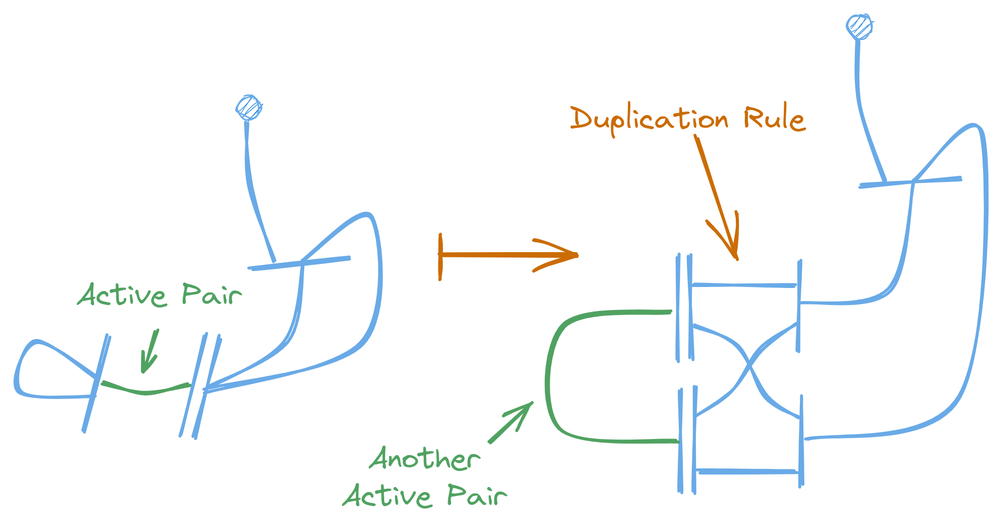
Earlier version of the Excalidraw export content/interaction-nets-combinators-calculus/reduction-example2.excalidraw.png (zicklag/blog). Source tidied: one line per element, renumbered; positions are measured from the earlier drawing's top-left corner, leaving out a move shared by most shapes. Source of this version:
```json
{"id": 0, "type": "line", "strokeColor": "#2b8a3e", "angle": 5.71, "strokeWidth": 2, "roughness": 1, "round": true, "x": 52, "y": 229, "width": 49, "height": 33, "points": [[0, 0], [19, 22], [49, 33]]}
{"id": 1, "type": "line", "strokeColor": "#1864ab", "angle": 4.97, "strokeWidth": 2, "roughness": 1, "round": true, "x": 71, "y": 246, "width": 69, "height": 0, "points": [[0, 0], [69, 0]]}
{"id": 2, "type": "line", "strokeColor": "#1864ab", "angle": 4.97, "strokeWidth": 2, "roughness": 1, "round": true, "x": 81, "y": 248, "width": 69, "height": 0, "points": [[0, 0], [69, 0]]}
{"id": 3, "type": "line", "strokeColor": "#1864ab", "angle": 5.7, "strokeWidth": 2, "roughness": 1, "round": true, "x": 149, "y": 150, "width": 58, "height": 31, "points": [[0, 0], [58, 31]]}
{"id": 4, "type": "line", "strokeColor": "#1864ab", "angle": 5.71, "backgroundColor": "#228be6", "fillStyle": "cross-hatch", "strokeWidth": 2, "roughness": 1, "round": true, "x": 100, "y": 224, "width": 98, "height": 38, "points": [[0, 0], [60, 2], [98, -35]]}
{"id": 5, "type": "line", "strokeColor": "#1864ab", "angle": 5.71, "backgroundColor": "#228be6", "fillStyle": "cross-hatch", "strokeWidth": 2, "roughness": 1, "round": true, "x": 98, "y": 209, "width": 158, "height": 68, "points": [[0, 0], [106, 31], [158, -37], [103, -36]]}
{"id": 6, "type": "ellipse", "strokeColor": "#1864ab", "backgroundColor": "#228be6", "fillStyle": "hachure", "strokeWidth": 1, "roughness": 1, "round": true, "x": 136, "y": 54, "width": 15, "height": 15}
{"id": 7, "type": "line", "strokeColor": "#1864ab", "backgroundColor": "#228be6", "fillStyle": "cross-hatch", "strokeWidth": 2, "roughness": 1, "round": true, "x": 143, "y": 71, "width": 18, "height": 93, "points": [[0, 0], [1, 42], [18, 93]]}
{"id": 8, "type": "line", "strokeColor": "#1864ab", "angle": 8.11, "strokeWidth": 2, "roughness": 1, "round": true, "x": 9, "y": 245, "width": 66, "height": 0, "points": [[0, 0], [66, 0]]}
{"id": 9, "type": "line", "strokeColor": "#1864ab", "angle": 8.11, "strokeWidth": 2, "roughness": 1, "round": true, "x": 12, "y": 215, "width": 34, "height": 49, "points": [[0, 0], [-12, 45], [22, 47], [12, -2]]}
{"id": 10, "type": "text", "text": "Active Pair", "strokeColor": "#2b8a3e", "strokeWidth": 2, "roughness": 1, "fontSize": 20, "fontFamily": 1, "textAlign": "center", "x": 29, "y": 173, "width": 110, "height": 25}
{"id": 11, "type": "arrow", "strokeColor": "#2b8a3e", "strokeWidth": 2, "roughness": 1, "endArrowhead": "arrow", "round": true, "from": 10, "x": 81, "y": 211, "width": 7, "height": 25, "points": [[0, 0], [-7, 25]]}
{"id": 12, "type": "arrow", "strokeColor": "#e67700", "strokeWidth": 2, "roughness": 1, "startArrowhead": "bar", "endArrowhead": "arrow", "round": true, "x": 270, "y": 161, "width": 91, "height": 0, "points": [[0, 0], [91, 0]]}
{"id": 13, "type": "line", "strokeColor": "#1864ab", "angle": 4.7, "strokeWidth": 2, "roughness": 1, "round": true, "x": 395, "y": 195, "width": 69, "height": 0, "points": [[0, 0], [69, 0]]}
{"id": 14, "type": "line", "strokeColor": "#1864ab", "angle": 4.7, "strokeWidth": 2, "roughness": 1, "round": true, "x": 404, "y": 195, "width": 69, "height": 0, "points": [[0, 0], [69, 0]]}
{"id": 15, "type": "line", "strokeColor": "#1864ab", "angle": 4.7, "strokeWidth": 2, "roughness": 1, "round": true, "x": 397, "y": 284, "width": 69, "height": 0, "points": [[0, 0], [69, 0]]}
{"id": 16, "type": "line", "strokeColor": "#1864ab", "angle": 4.7, "strokeWidth": 2, "roughness": 1, "round": true, "x": 406, "y": 284, "width": 69, "height": 0, "points": [[0, 0], [69, 0]]}
{"id": 17, "type": "line", "strokeColor": "#1864ab", "angle": 5.7, "strokeWidth": 2, "roughness": 1, "round": true, "x": 556, "y": 96, "width": 58, "height": 31, "points": [[0, 0], [58, 31]]}
{"id": 18, "type": "line", "strokeColor": "#1864ab", "angle": 5.71, "backgroundColor": "#228be6", "fillStyle": "cross-hatch", "strokeWidth": 2, "roughness": 1, "round": true, "x": 503, "y": 163, "width": 107, "height": 53, "points": [[0, 0], [54, 26], [107, -27]]}
{"id": 19, "type": "line", "strokeColor": "#1864ab", "angle": 5.71, "backgroundColor": "#228be6", "fillStyle": "cross-hatch", "strokeWidth": 2, "roughness": 1, "round": true, "x": 477, "y": 233, "width": 209, "height": 138, "points": [[0, 0], [101, 30], [209, -107], [154, -106]]}
{"id": 20, "type": "ellipse", "strokeColor": "#1864ab", "backgroundColor": "#228be6", "fillStyle": "hachure", "strokeWidth": 1, "roughness": 1, "round": true, "x": 543, "y": 0, "width": 15, "height": 15}
{"id": 21, "type": "line", "strokeColor": "#1864ab", "backgroundColor": "#228be6", "fillStyle": "cross-hatch", "strokeWidth": 2, "roughness": 1, "round": true, "x": 550, "y": 17, "width": 18, "height": 93, "points": [[0, 0], [1, 42], [18, 93]]}
{"id": 22, "type": "line", "strokeColor": "#1864ab", "angle": 8.11, "strokeWidth": 2, "roughness": 1, "round": true, "x": 482, "y": 201, "width": 57, "height": 15, "points": [[0, 0], [57, -15]]}
{"id": 23, "type": "line", "strokeColor": "#1864ab", "angle": 8.11, "strokeWidth": 2, "roughness": 1, "round": true, "x": 484, "y": 292, "width": 57, "height": 15, "points": [[0, 0], [57, -15]]}
{"id": 24, "type": "line", "strokeColor": "#2b8a3e", "angle": 8.11, "strokeWidth": 2, "roughness": 1, "round": true, "x": 344, "y": 216, "width": 92, "height": 92, "points": [[0, 0], [27, 67], [92, 52], [80, -26]]}
{"id": 25, "type": "line", "strokeColor": "#1864ab", "strokeWidth": 2, "roughness": 1, "round": true, "x": 439, "y": 180, "width": 69, "height": 0, "points": [[0, 0], [69, 0]]}
{"id": 26, "type": "line", "strokeColor": "#1864ab", "strokeWidth": 2, "roughness": 1, "round": true, "x": 443, "y": 304, "width": 66, "height": 0, "points": [[0, 0], [66, 0]]}
{"id": 27, "type": "line", "strokeColor": "#1864ab", "strokeWidth": 2, "roughness": 1, "round": true, "x": 442, "y": 268, "width": 67, "height": 62, "points": [[0, 0], [24, -18], [43, -45], [67, -62]]}
{"id": 28, "type": "line", "strokeColor": "#1864ab", "angle": 1.31, "strokeWidth": 2, "roughness": 1, "round": true, "x": 437, "y": 263, "width": 78, "height": 52, "points": [[0, 0], [20, -24], [58, -33], [78, -52]]}
{"id": 29, "type": "arrow", "strokeColor": "#e67700", "strokeWidth": 2, "roughness": 1, "endArrowhead": "arrow", "round": true, "x": 441, "y": 81, "width": 28, "height": 81, "points": [[0, 0], [28, 81]]}
{"id": 30, "type": "text", "text": "Duplication Rule", "strokeColor": "#e67700", "strokeWidth": 2, "roughness": 1, "fontSize": 20, "fontFamily": 1, "textAlign": "center", "x": 358, "y": 56, "width": 157, "height": 25}
{"id": 31, "type": "text", "text": "Another\nActive Pair", "strokeColor": "#2b8a3e", "strokeWidth": 2, "roughness": 1, "fontSize": 20, "fontFamily": 1, "textAlign": "center", "x": 205, "y": 282, "width": 110, "height": 50}
{"id": 32, "type": "arrow", "strokeColor": "#2b8a3e", "strokeWidth": 2, "roughness": 1, "endArrowhead": "arrow", "round": true, "x": 304, "y": 285, "width": 29, "height": 26, "points": [[0, 0], [29, -26]]}
```
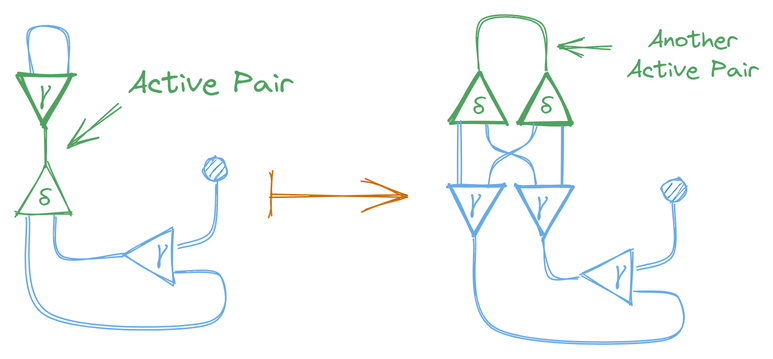
The same file after the commit.

Diff of the diagram source:
```diff
@@ -1,33 +1,36 @@
-{"id": 0, "type": "line", "strokeColor": "#2b8a3e", "angle": 5.71, "strokeWidth": 2, "roughness": 1, "round": true, "x": 52, "y": 229, "width": 49, "height": 33, "points": [[0, 0], [19, 22], [49, 33]]}
-{"id": 1, "type": "line", "strokeColor": "#1864ab", "angle": 4.97, "strokeWidth": 2, "roughness": 1, "round": true, "x": 71, "y": 246, "width": 69, "height": 0, "points": [[0, 0], [69, 0]]}
-{"id": 2, "type": "line", "strokeColor": "#1864ab", "angle": 4.97, "strokeWidth": 2, "roughness": 1, "round": true, "x": 81, "y": 248, "width": 69, "height": 0, "points": [[0, 0], [69, 0]]}
-{"id": 3, "type": "line", "strokeColor": "#1864ab", "angle": 5.7, "strokeWidth": 2, "roughness": 1, "round": true, "x": 149, "y": 150, "width": 58, "height": 31, "points": [[0, 0], [58, 31]]}
-{"id": 4, "type": "line", "strokeColor": "#1864ab", "angle": 5.71, "backgroundColor": "#228be6", "fillStyle": "cross-hatch", "strokeWidth": 2, "roughness": 1, "round": true, "x": 100, "y": 224, "width": 98, "height": 38, "points": [[0, 0], [60, 2], [98, -35]]}
-{"id": 5, "type": "line", "strokeColor": "#1864ab", "angle": 5.71, "backgroundColor": "#228be6", "fillStyle": "cross-hatch", "strokeWidth": 2, "roughness": 1, "round": true, "x": 98, "y": 209, "width": 158, "height": 68, "points": [[0, 0], [106, 31], [158, -37], [103, -36]]}
-{"id": 6, "type": "ellipse", "strokeColor": "#1864ab", "backgroundColor": "#228be6", "fillStyle": "hachure", "strokeWidth": 1, "roughness": 1, "round": true, "x": 136, "y": 54, "width": 15, "height": 15}
-{"id": 7, "type": "line", "strokeColor": "#1864ab", "backgroundColor": "#228be6", "fillStyle": "cross-hatch", "strokeWidth": 2, "roughness": 1, "round": true, "x": 143, "y": 71, "width": 18, "height": 93, "points": [[0, 0], [1, 42], [18, 93]]}
-{"id": 8, "type": "line", "strokeColor": "#1864ab", "angle": 8.11, "strokeWidth": 2, "roughness": 1, "round": true, "x": 9, "y": 245, "width": 66, "height": 0, "points": [[0, 0], [66, 0]]}
-{"id": 9, "type": "line", "strokeColor": "#1864ab", "angle": 8.11, "strokeWidth": 2, "roughness": 1, "round": true, "x": 12, "y": 215, "width": 34, "height": 49, "points": [[0, 0], [-12, 45], [22, 47], [12, -2]]}
+{"id": 33, "type": "ellipse", "strokeColor": "#1864ab", "backgroundColor": "#228be6", "fillStyle": "hachure", "strokeWidth": 1, "roughness": 1, "round": true, "x": -861, "y": -980, "width": 15, "height": 15}
+{"id": 34, "type": "arrow", "strokeColor": "#1864ab", "backgroundColor": "#ced4da", "fillStyle": "solid", "strokeWidth": 1, "roughness": 1, "round": true, "from": 33, "to": 38, "x": -853, "y": -963, "width": 26, "height": 44, "points": [[0, 0], [-2, 34], [-26, 44]]}
+{"id": 35, "type": "line", "strokeColor": "#2b8a3e", "angle": 6.29, "strokeWidth": 1, "roughness": 1, "x": -966, "y": -975, "width": 37, "height": 33, "points": [[0, 0], [-19, 33], [17, 33], [0, 0]]}
+{"id": 36, "type": "text", "text": "δ", "strokeColor": "#2b8a3e", "backgroundColor": "#ced4da", "fillStyle": "solid", "strokeWidth": 1, "roughness": 1, "fontSize": 16, "fontFamily": 1, "textAlign": "center", "x": -972, "y": -964, "width": 9, "height": 20}
+{"id": 37, "type": "line", "strokeColor": "#1864ab", "angle": 4.71, "strokeWidth": 1, "roughness": 1, "x": -897, "y": -932, "width": 37, "height": 33, "points": [[0, 0], [-19, 33], [17, 33], [0, 0]]}
+{"id": 38, "type": "text", "text": "γ", "strokeColor": "#1864ab", "backgroundColor": "#ced4da", "fillStyle": "solid", "strokeWidth": 1, "roughness": 1, "fontSize": 16, "fontFamily": 1, "textAlign": "center", "x": -892, "y": -930, "width": 7, "height": 20}
+{"id": 39, "type": "arrow", "strokeColor": "#1864ab", "backgroundColor": "#ced4da", "fillStyle": "solid", "strokeWidth": 1, "roughness": 1, "round": true, "from": 36, "x": -960, "y": -940, "width": 44, "height": 26, "points": [[0, 0], [4, 26], [44, 25]]}
+{"id": 40, "type": "arrow", "strokeColor": "#1864ab", "backgroundColor": "#ced4da", "fillStyle": "solid", "strokeWidth": 1, "roughness": 1, "round": true, "from": 36, "to": 38, "x": -979, "y": -940, "width": 128, "height": 71, "points": [[0, 0], [13, 64], [118, 71], [128, 39], [99, 36]]}
+{"id": 41, "type": "arrow", "strokeColor": "#1864ab", "angle": 4.71, "backgroundColor": "#ced4da", "fillStyle": "solid", "strokeWidth": 1, "roughness": 1, "round": true, "from": 43, "to": 43, "x": -981, "y": -1062, "width": 30, "height": 25, "points": [[0, 0], [29, -1], [27, 23], [-1, 24]]}
+{"id": 42, "type": "line", "strokeColor": "#2b8a3e", "angle": 3.14, "strokeWidth": 2, "roughness": 1, "x": -964, "y": -1034, "width": 37, "height": 33, "points": [[0, 0], [-19, 33], [17, 33], [0, 0]]}
+{"id": 43, "type": "text", "text": "γ", "strokeColor": "#2b8a3e", "backgroundColor": "#ced4da", "fillStyle": "solid", "strokeWidth": 2, "roughness": 1, "fontSize": 16, "fontFamily": 1, "textAlign": "center", "x": -970, "y": -1036, "width": 7, "height": 20}
+{"id": 44, "type": "arrow", "strokeColor": "#2b8a3e", "strokeWidth": 1, "roughness": 1, "round": true, "from": 43, "to": 36, "x": -966, "y": -1001, "width": 1, "height": 26, "points": [[0, 0], [-1, 26]]}
-{"id": 10, "type": "text", "text": "Active Pair", "strokeColor": "#2b8a3e", "strokeWidth": 2, "roughness": 1, "fontSize": 20, "fontFamily": 1, "textAlign": "center", "x": 29, "y": 173, "width": 110, "height": 25}
+{"id": 10, "type": "text", "text": "Active Pair", "strokeColor": "#2b8a3e", "strokeWidth": 2, "roughness": 1, "fontSize": 20, "fontFamily": 1, "textAlign": "center", "x": -911, "y": -1043, "width": 110, "height": 25}
-{"id": 11, "type": "arrow", "strokeColor": "#2b8a3e", "strokeWidth": 2, "roughness": 1, "endArrowhead": "arrow", "round": true, "from": 10, "x": 81, "y": 211, "width": 7, "height": 25, "points": [[0, 0], [-7, 25]]}
-{"id": 12, "type": "arrow", "strokeColor": "#e67700", "strokeWidth": 2, "roughness": 1, "startArrowhead": "bar", "endArrowhead": "arrow", "round": true, "x": 270, "y": 161, "width": 91, "height": 0, "points": [[0, 0], [91, 0]]}
-{"id": 13, "type": "line", "strokeColor": "#1864ab", "angle": 4.7, "strokeWidth": 2, "roughness": 1, "round": true, "x": 395, "y": 195, "width": 69, "height": 0, "points": [[0, 0], [69, 0]]}
-{"id": 14, "type": "line", "strokeColor": "#1864ab", "angle": 4.7, "strokeWidth": 2, "roughness": 1, "round": true, "x": 404, "y": 195, "width": 69, "height": 0, "points": [[0, 0], [69, 0]]}
-{"id": 15, "type": "line", "strokeColor": "#1864ab", "angle": 4.7, "strokeWidth": 2, "roughness": 1, "round": true, "x": 397, "y": 284, "width": 69, "height": 0, "points": [[0, 0], [69, 0]]}
-{"id": 16, "type": "line", "strokeColor": "#1864ab", "angle": 4.7, "strokeWidth": 2, "roughness": 1, "round": true, "x": 406, "y": 284, "width": 69, "height": 0, "points": [[0, 0], [69, 0]]}
-{"id": 17, "type": "line", "strokeColor": "#1864ab", "angle": 5.7, "strokeWidth": 2, "roughness": 1, "round": true, "x": 556, "y": 96, "width": 58, "height": 31, "points": [[0, 0], [58, 31]]}
-{"id": 18, "type": "line", "strokeColor": "#1864ab", "angle": 5.71, "backgroundColor": "#228be6", "fillStyle": "cross-hatch", "strokeWidth": 2, "roughness": 1, "round": true, "x": 503, "y": 163, "width": 107, "height": 53, "points": [[0, 0], [54, 26], [107, -27]]}
-{"id": 19, "type": "line", "strokeColor": "#1864ab", "angle": 5.71, "backgroundColor": "#228be6", "fillStyle": "cross-hatch", "strokeWidth": 2, "roughness": 1, "round": true, "x": 477, "y": 233, "width": 209, "height": 138, "points": [[0, 0], [101, 30], [209, -107], [154, -106]]}
-{"id": 20, "type": "ellipse", "strokeColor": "#1864ab", "backgroundColor": "#228be6", "fillStyle": "hachure", "strokeWidth": 1, "roughness": 1, "round": true, "x": 543, "y": 0, "width": 15, "height": 15}
-{"id": 21, "type": "line", "strokeColor": "#1864ab", "backgroundColor": "#228be6", "fillStyle": "cross-hatch", "strokeWidth": 2, "roughness": 1, "round": true, "x": 550, "y": 17, "width": 18, "height": 93, "points": [[0, 0], [1, 42], [18, 93]]}
-{"id": 22, "type": "line", "strokeColor": "#1864ab", "angle": 8.11, "strokeWidth": 2, "roughness": 1, "round": true, "x": 482, "y": 201, "width": 57, "height": 15, "points": [[0, 0], [57, -15]]}
-{"id": 23, "type": "line", "strokeColor": "#1864ab", "angle": 8.11, "strokeWidth": 2, "roughness": 1, "round": true, "x": 484, "y": 292, "width": 57, "height": 15, "points": [[0, 0], [57, -15]]}
-{"id": 24, "type": "line", "strokeColor": "#2b8a3e", "angle": 8.11, "strokeWidth": 2, "roughness": 1, "round": true, "x": 344, "y": 216, "width": 92, "height": 92, "points": [[0, 0], [27, 67], [92, 52], [80, -26]]}
-{"id": 25, "type": "line", "strokeColor": "#1864ab", "strokeWidth": 2, "roughness": 1, "round": true, "x": 439, "y": 180, "width": 69, "height": 0, "points": [[0, 0], [69, 0]]}
-{"id": 26, "type": "line", "strokeColor": "#1864ab", "strokeWidth": 2, "roughness": 1, "round": true, "x": 443, "y": 304, "width": 66, "height": 0, "points": [[0, 0], [66, 0]]}
-{"id": 27, "type": "line", "strokeColor": "#1864ab", "strokeWidth": 2, "roughness": 1, "round": true, "x": 442, "y": 268, "width": 67, "height": 62, "points": [[0, 0], [24, -18], [43, -45], [67, -62]]}
-{"id": 28, "type": "line", "strokeColor": "#1864ab", "angle": 1.31, "strokeWidth": 2, "roughness": 1, "round": true, "x": 437, "y": 263, "width": 78, "height": 52, "points": [[0, 0], [20, -24], [58, -33], [78, -52]]}
-{"id": 29, "type": "arrow", "strokeColor": "#e67700", "strokeWidth": 2, "roughness": 1, "endArrowhead": "arrow", "round": true, "x": 441, "y": 81, "width": 28, "height": 81, "points": [[0, 0], [28, 81]]}
-{"id": 30, "type": "text", "text": "Duplication Rule", "strokeColor": "#e67700", "strokeWidth": 2, "roughness": 1, "fontSize": 20, "fontFamily": 1, "textAlign": "center", "x": 358, "y": 56, "width": 157, "height": 25}
+{"id": 45, "type": "arrow", "strokeColor": "#2b8a3e", "strokeWidth": 1, "roughness": 1, "endArrowhead": "arrow", "round": true, "from": 10, "x": -917, "y": -1015, "width": 34, "height": 28, "points": [[0, 0], [-34, 28]]}
+{"id": 46, "type": "arrow", "strokeColor": "#e67700", "strokeWidth": 1, "roughness": 1, "startArrowhead": "bar", "endArrowhead": "arrow", "round": true, "x": -817, "y": -954, "width": 91, "height": 0, "points": [[0, 0], [91, 0]]}
+{"id": 47, "type": "ellipse", "strokeColor": "#1864ab", "backgroundColor": "#228be6", "fillStyle": "hachure", "strokeWidth": 1, "roughness": 1, "round": true, "x": -555, "y": -966, "width": 15, "height": 15}
+{"id": 48, "type": "arrow", "strokeColor": "#1864ab", "backgroundColor": "#ced4da", "fillStyle": "solid", "strokeWidth": 1, "roughness": 1, "round": true, "from": 47, "to": 50, "x": -547, "y": -949, "width": 26, "height": 44, "points": [[0, 0], [-2, 34], [-26, 44]]}
+{"id": 49, "type": "line", "strokeColor": "#1864ab", "angle": 4.71, "strokeWidth": 1, "roughness": 1, "x": -591, "y": -917, "width": 37, "height": 33, "points": [[0, 0], [-19, 33], [17, 33], [0, 0]]}
+{"id": 50, "type": "text", "text": "γ", "strokeColor": "#1864ab", "backgroundColor": "#ced4da", "fillStyle": "solid", "strokeWidth": 1, "roughness": 1, "fontSize": 16, "fontFamily": 1, "textAlign": "center", "x": -586, "y": -915, "width": 7, "height": 20}
+{"id": 51, "type": "arrow", "strokeColor": "#1864ab", "backgroundColor": "#ced4da", "fillStyle": "solid", "strokeWidth": 1, "roughness": 1, "round": true, "from": 61, "x": -635, "y": -926, "width": 25, "height": 26, "points": [[0, 0], [5, 25], [25, 26]]}
+{"id": 52, "type": "arrow", "strokeColor": "#1864ab", "backgroundColor": "#ced4da", "fillStyle": "solid", "strokeWidth": 1, "roughness": 1, "round": true, "from": 59, "to": 50, "x": -681, "y": -927, "width": 135, "height": 68, "points": [[0, 0], [14, 62], [126, 68], [135, 40], [107, 37]]}
+{"id": 53, "type": "arrow", "strokeColor": "#2b8a3e", "angle": 4.71, "backgroundColor": "#ced4da", "fillStyle": "solid", "strokeWidth": 1, "roughness": 1, "round": true, "from": 55, "to": 57, "x": -674, "y": -1079, "width": 34, "height": 45, "points": [[0, 0], [34, 3], [32, 42], [0, 45]]}
+{"id": 54, "type": "line", "strokeColor": "#2b8a3e", "angle": 6.29, "strokeWidth": 2, "roughness": 1, "x": -677, "y": -1036, "width": 37, "height": 33, "points": [[0, 0], [-19, 33], [17, 33], [0, 0]]}
+{"id": 55, "type": "text", "text": "δ", "strokeColor": "#2b8a3e", "backgroundColor": "#ced4da", "fillStyle": "solid", "strokeWidth": 2, "roughness": 1, "fontSize": 16, "fontFamily": 1, "textAlign": "center", "x": -682, "y": -1025, "width": 9, "height": 20}
+{"id": 56, "type": "line", "strokeColor": "#2b8a3e", "angle": 6.29, "strokeWidth": 2, "roughness": 1, "x": -632, "y": -1037, "width": 37, "height": 33, "points": [[0, 0], [-19, 33], [17, 33], [0, 0]]}
+{"id": 57, "type": "text", "text": "δ", "strokeColor": "#2b8a3e", "backgroundColor": "#ced4da", "fillStyle": "solid", "strokeWidth": 2, "roughness": 1, "fontSize": 16, "fontFamily": 1, "textAlign": "center", "x": -637, "y": -1025, "width": 9, "height": 20}
+{"id": 58, "type": "line", "strokeColor": "#1864ab", "angle": 3.14, "strokeWidth": 2, "roughness": 1, "x": -678, "y": -962, "width": 37, "height": 33, "points": [[0, 0], [-19, 33], [17, 33], [0, 0]]}
+{"id": 59, "type": "text", "text": "γ", "strokeColor": "#1864ab", "backgroundColor": "#ced4da", "fillStyle": "solid", "strokeWidth": 2, "roughness": 1, "fontSize": 16, "fontFamily": 1, "textAlign": "center", "x": -683, "y": -963, "width": 7, "height": 20}
+{"id": 60, "type": "line", "strokeColor": "#1864ab", "angle": 3.14, "strokeWidth": 2, "roughness": 1, "x": -633, "y": -960, "width": 37, "height": 33, "points": [[0, 0], [-19, 33], [17, 33], [0, 0]]}
+{"id": 61, "type": "text", "text": "γ", "strokeColor": "#1864ab", "backgroundColor": "#ced4da", "fillStyle": "solid", "strokeWidth": 2, "roughness": 1, "fontSize": 16, "fontFamily": 1, "textAlign": "center", "x": -638, "y": -961, "width": 7, "height": 20}
+{"id": 62, "type": "arrow", "strokeColor": "#1864ab", "strokeWidth": 1, "roughness": 1, "round": true, "from": 55, "to": 59, "x": -691, "y": -1003, "width": 0, "height": 41, "points": [[0, 0], [0, 41]]}
+{"id": 63, "type": "arrow", "strokeColor": "#1864ab", "strokeWidth": 1, "roughness": 1, "round": true, "from": 57, "to": 61, "x": -622, "y": -1002, "width": 0, "height": 41, "points": [[0, 0], [0, 41]]}
+{"id": 64, "type": "arrow", "strokeColor": "#1864ab", "strokeWidth": 1, "roughness": 1, "round": true, "from": 55, "to": 61, "x": -672, "y": -1002, "width": 33, "height": 41, "points": [[0, 0], [5, 16], [27, 25], [33, 41]]}
+{"id": 65, "type": "arrow", "strokeColor": "#1864ab", "strokeWidth": 1, "roughness": 1, "round": true, "from": 57, "to": 59, "x": -641, "y": -1002, "width": 30, "height": 40, "points": [[0, 0], [-5, 13], [-27, 26], [-30, 40]]}
-{"id": 31, "type": "text", "text": "Another\nActive Pair", "strokeColor": "#2b8a3e", "strokeWidth": 2, "roughness": 1, "fontSize": 20, "fontFamily": 1, "textAlign": "center", "x": 205, "y": 282, "width": 110, "height": 50}
+{"id": 31, "type": "text", "text": "Another\nActive Pair", "strokeColor": "#2b8a3e", "strokeWidth": 2, "roughness": 1, "fontSize": 16, "fontFamily": 1, "textAlign": "center", "x": -579, "y": -1069, "width": 88, "height": 40}
-{"id": 32, "type": "arrow", "strokeColor": "#2b8a3e", "strokeWidth": 2, "roughness": 1, "endArrowhead": "arrow", "round": true, "x": 304, "y": 285, "width": 29, "height": 26, "points": [[0, 0], [29, -26]]}
+{"id": 66, "type": "arrow", "strokeColor": "#2b8a3e", "strokeWidth": 1, "roughness": 1, "endArrowhead": "arrow", "round": true, "from": 31, "x": -590, "y": -1054, "width": 34, "height": 1, "points": [[0, 0], [-34, 1]]}
```
